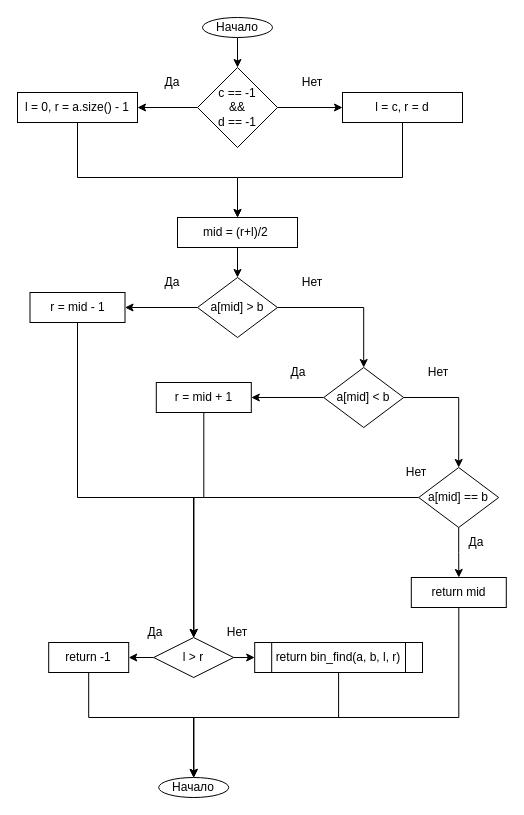
The draw.io diagram Algo_dann_2_curs/pics/Pr_10.drawio in Idontlikeni/Uni_docs, before the edit. Source tidied: cells renumbered, new cells numbered last; positions are measured from the earlier drawing's top-left corner, leaving out a move shared by most shapes. Both pictures are drawn from the tidied source at 100%, with x=0, y=0 at pixel (17, 17).
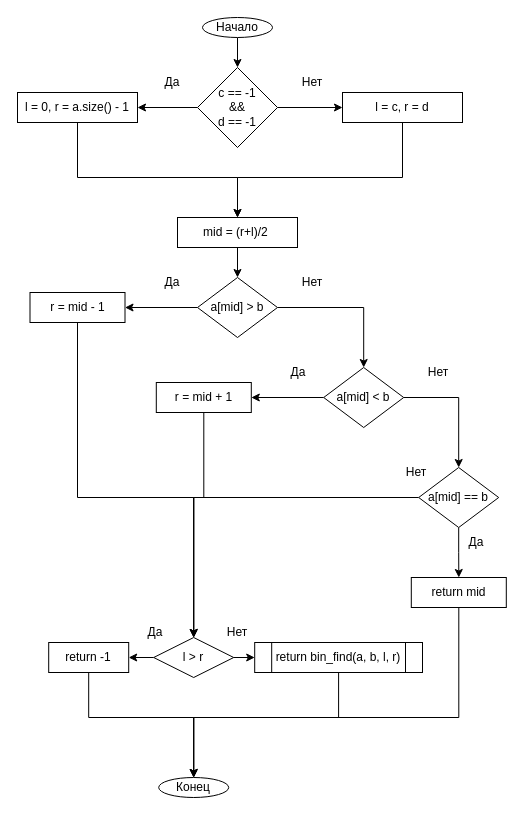
The same diagram, later.

The edit, as a diff of the source:
```diff
@@
-    <mxCell id="45" value="Начало" style="ellipse;whiteSpace=wrap;html=1;" parent="1" vertex="1">
+    <mxCell id="45" value="Конец" style="ellipse;whiteSpace=wrap;html=1;" parent="1" vertex="1">
       <mxGeometry x="141.2" y="760" width="70" height="20" as="geometry" />
     </mxCell>
```
